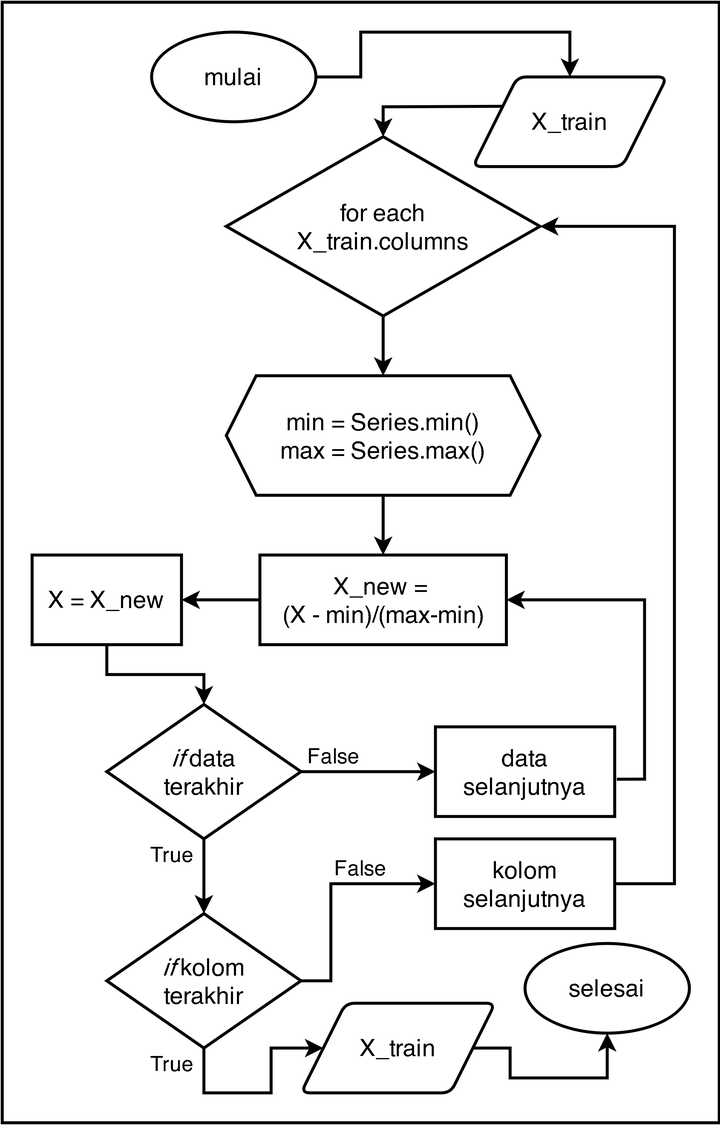
This is Images/flowchart_normalisasi_minmax.png from rshby/skripsi, a draw.io export, as it was before one commit. Source tidied: cells renumbered, new cells last; positions are measured from the earlier drawing's top-left corner, leaving out a move shared by most shapes.
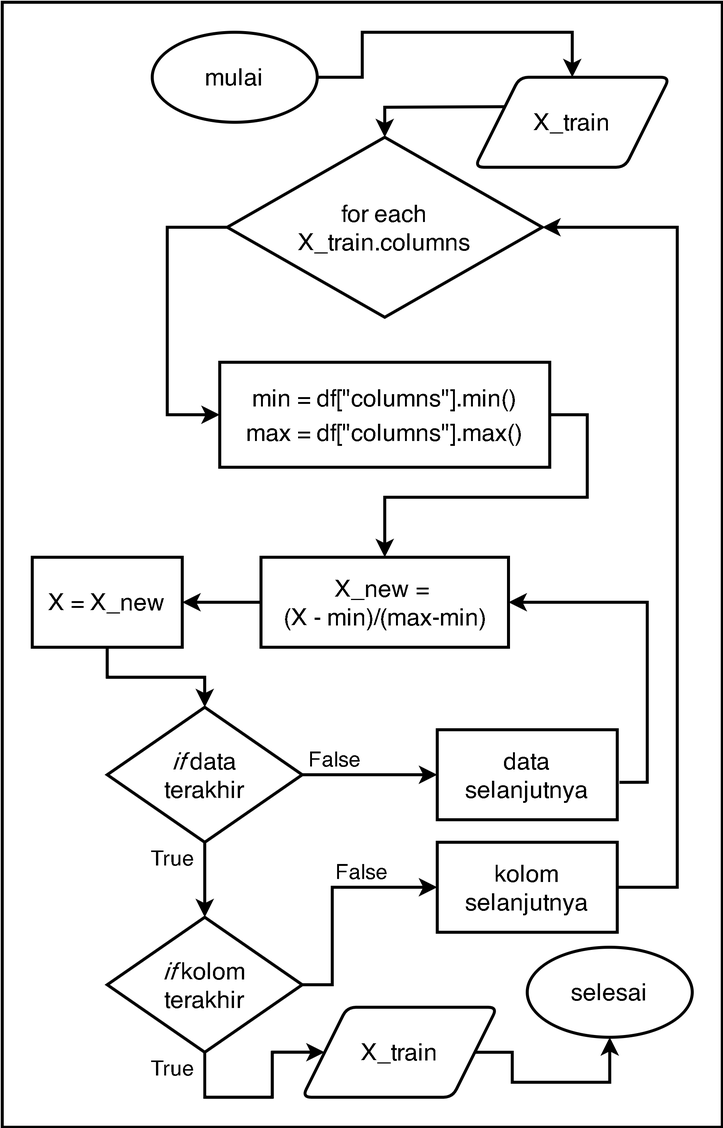
Later version of the same file.

Commit message:
Update Gambar FLowchart

Diff of the diagram source:
```diff
@@ -26,9 +26,6 @@
         </Array>
       </mxGeometry>
     </mxCell>
-    <mxCell id="8" value="&lt;font style=&quot;font-size: 16px&quot;&gt;min = Series.min()&lt;br&gt;max = Series.max()&lt;/font&gt;" style="shape=hexagon;perimeter=hexagonPerimeter2;whiteSpace=wrap;html=1;fixedSize=1;strokeWidth=2;" parent="2" vertex="1">
-      <mxGeometry x="150" y="250" width="210" height="80" as="geometry" />
-    </mxCell>
     <mxCell id="9" value="&lt;font style=&quot;font-size: 16px&quot;&gt;kolom selanjutnya&lt;/font&gt;" style="rounded=0;whiteSpace=wrap;html=1;strokeWidth=2;" parent="2" vertex="1">
       <mxGeometry x="290" y="560" width="120" height="60" as="geometry" />
     </mxCell>
@@ -45,15 +42,17 @@
         </Array>
       </mxGeometry>
     </mxCell>
-    <mxCell id="13" style="endArrow=classic;html=1;strokeWidth=2;exitX=0.5;exitY=1;exitDx=0;exitDy=0;entryX=0.5;entryY=0;entryDx=0;entryDy=0;" parent="2" edge="1" source="11" target="8">
-      <mxGeometry as="geometry" />
+    <mxCell id="13" style="endArrow=classic;html=1;strokeWidth=2;exitX=0;exitY=0.5;exitDx=0;exitDy=0;entryX=0;entryY=0.5;entryDx=0;entryDy=0;rounded=0;" parent="2" edge="1" source="11" target="33">
+      <mxGeometry x="90" y="-220" as="geometry">
+        <Array as="points">
+          <mxPoint x="110" y="150" />
+          <mxPoint x="110" y="275" />
+        </Array>
+      </mxGeometry>
     </mxCell>
     <mxCell id="14" value="&lt;font style=&quot;font-size: 16px&quot;&gt;X_new = &lt;br&gt;(X - min)/(max-min)&lt;/font&gt;" style="rounded=0;whiteSpace=wrap;html=1;strokeWidth=2;" parent="2" vertex="1">
       <mxGeometry x="172.5" y="370" width="165" height="60" as="geometry" />
     </mxCell>
-    <mxCell id="15" style="endArrow=classic;html=1;strokeWidth=2;exitX=0.5;exitY=1;exitDx=0;exitDy=0;entryX=0.5;entryY=0;entryDx=0;entryDy=0;" parent="2" edge="1" source="8" target="14">
-      <mxGeometry as="geometry" />
-    </mxCell>
     <mxCell id="16" value="&lt;font style=&quot;font-size: 16px&quot;&gt;&lt;i&gt;if&lt;/i&gt; data&lt;br&gt;terakhir&lt;/font&gt;" style="rhombus;whiteSpace=wrap;html=1;strokeWidth=2;" parent="2" vertex="1">
       <mxGeometry x="70" y="470" width="130" height="90" as="geometry" />
     </mxCell>
@@ -130,7 +129,7 @@
       <mxGeometry x="200" y="670" width="130" height="60" as="geometry" />
     </mxCell>
     <mxCell id="32" style="endArrow=classic;html=1;exitX=1;exitY=0.5;exitDx=0;exitDy=0;entryX=0.5;entryY=1;entryDx=0;entryDy=0;strokeWidth=2;rounded=0;" parent="2" edge="1" source="31" target="5">
-      <mxGeometry relative="1" as="geometry">
+      <mxGeometry as="geometry">
         <Array as="points">
           <mxPoint x="340" y="700" />
           <mxPoint x="340" y="720" />
@@ -138,5 +137,17 @@
         </Array>
       </mxGeometry>
     </mxCell>
+    <mxCell id="33" value="&lt;span style=&quot;font-size: 16px&quot;&gt;min = df[&quot;columns&quot;].min()&lt;/span&gt;&lt;br style=&quot;font-size: 16px&quot;&gt;&lt;span style=&quot;font-size: 16px&quot;&gt;max = df[&quot;columns&quot;].max()&lt;/span&gt;" style="rounded=0;whiteSpace=wrap;html=1;strokeWidth=2;" parent="2" vertex="1">
+      <mxGeometry x="145" y="240" width="220" height="70" as="geometry" />
+    </mxCell>
+    <mxCell id="15" style="endArrow=classic;html=1;strokeWidth=2;exitX=1;exitY=0.5;exitDx=0;exitDy=0;entryX=0.5;entryY=0;entryDx=0;entryDy=0;rounded=0;" parent="2" edge="1" source="33" target="14">
+      <mxGeometry as="geometry">
+        <Array as="points">
+          <mxPoint x="390" y="275" />
+          <mxPoint x="390" y="330" />
+          <mxPoint x="255" y="330" />
+        </Array>
+      </mxGeometry>
+    </mxCell>
   </root>
 </mxGraphModel>
```
